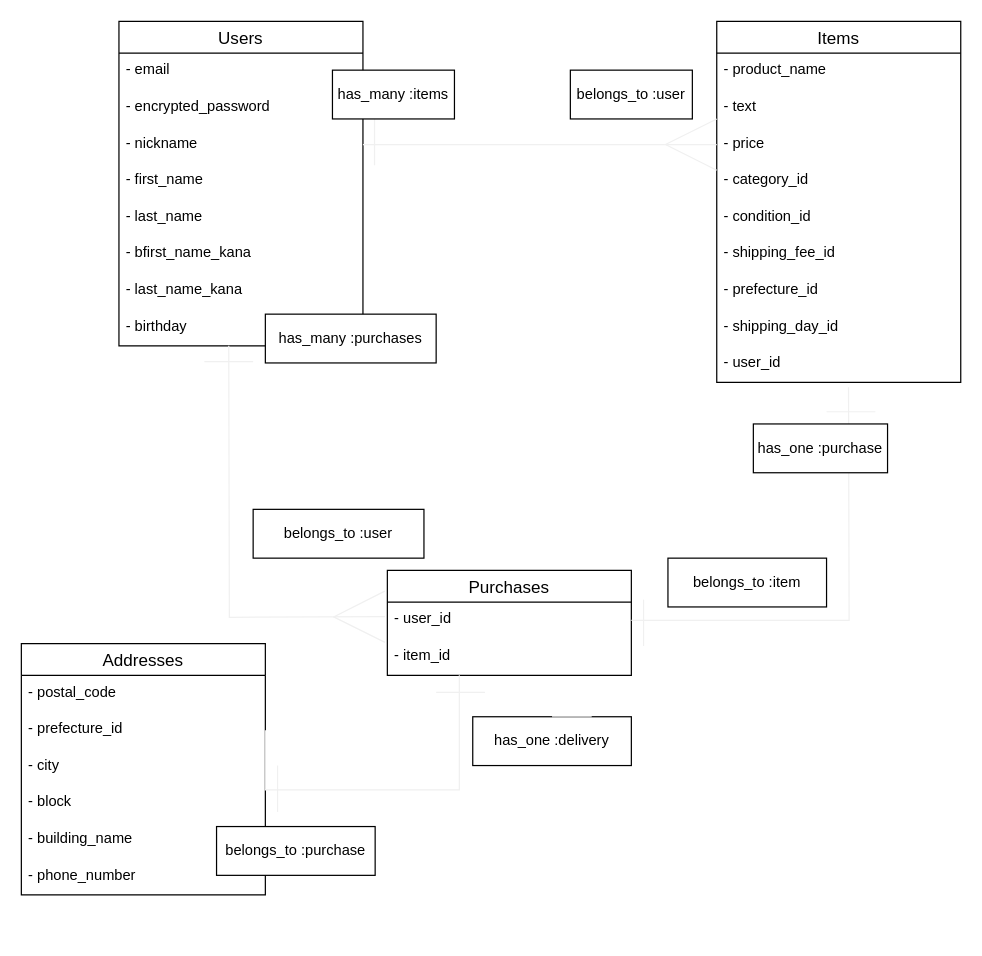
Earlier version of the draw.io diagram test.dio (piposaruuuu/furima-36255). Source tidied: cells renumbered, new cells numbered last; positions are measured from the earlier drawing's top-left corner, leaving out a move shared by most shapes. Both pictures are drawn from the tidied source at 122%, with x=0, y=0 at pixel (21, 21).
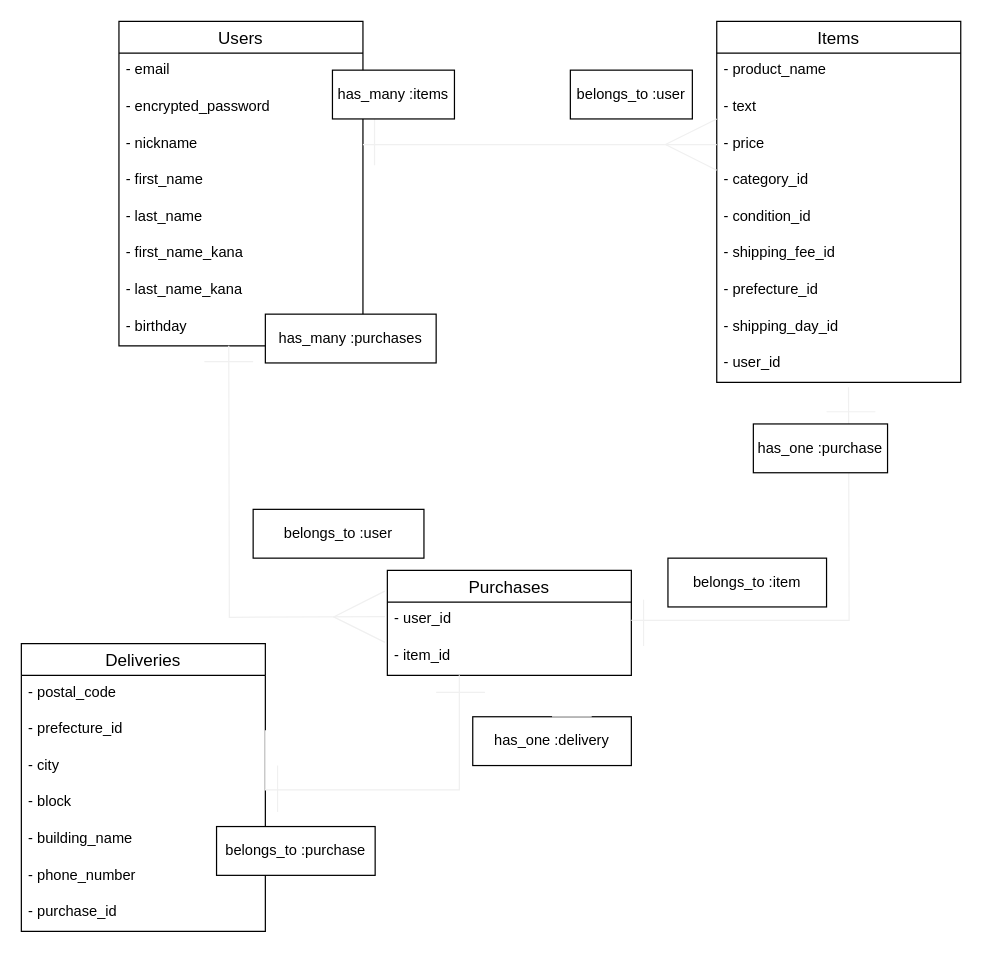
The same page after the edit.

Unchanged cells that the change refers to:
```xml
<mxCell id="2" value="Users" style="swimlane;fontStyle=0;horizontal=1;startSize=26;align=center;fontSize=14;" parent="1" vertex="1">
  <mxGeometry x="80" width="200" height="266" as="geometry" />
</mxCell>
```

What changed in the source:
```diff
@@
-    <mxCell id="8" value="- bfirst_name_kana" style="text;strokeColor=none;fillColor=none;spacingLeft=4;spacingRight=4;overflow=hidden;fontSize=12;" parent="2" vertex="1">
+    <mxCell id="8" value="- first_name_kana" style="text;strokeColor=none;fillColor=none;spacingLeft=4;spacingRight=4;overflow=hidden;fontSize=12;" parent="2" vertex="1">
       <mxGeometry y="176" width="200" height="30" as="geometry" />
     </mxCell>
@@
-    <mxCell id="25" value="Addresses" style="swimlane;fontStyle=0;horizontal=1;startSize=26;align=center;fontSize=14;" parent="1" vertex="1">
-      <mxGeometry y="510" width="200" height="206" as="geometry" />
+    <mxCell id="25" value="Deliveries" style="swimlane;fontStyle=0;horizontal=1;startSize=26;align=center;fontSize=14;" parent="1" vertex="1">
+      <mxGeometry y="510" width="200" height="236" as="geometry" />
     </mxCell>
@@
+    <mxCell id="50" value="- phone_number" style="text;strokeColor=none;fillColor=none;spacingLeft=4;spacingRight=4;overflow=hidden;fontSize=12;" parent="25" vertex="1">
+      <mxGeometry y="176" width="200" height="30" as="geometry" />
+    </mxCell>
-    <mxCell id="31" value="- phone_number" style="text;strokeColor=none;fillColor=none;spacingLeft=4;spacingRight=4;overflow=hidden;fontSize=12;" parent="25" vertex="1">
-      <mxGeometry y="176" width="200" height="30" as="geometry" />
+    <mxCell id="31" value="- purchase_id" style="text;strokeColor=none;fillColor=none;spacingLeft=4;spacingRight=4;overflow=hidden;fontSize=12;" parent="25" vertex="1">
+      <mxGeometry y="206" width="200" height="30" as="geometry" />
     </mxCell>
```
